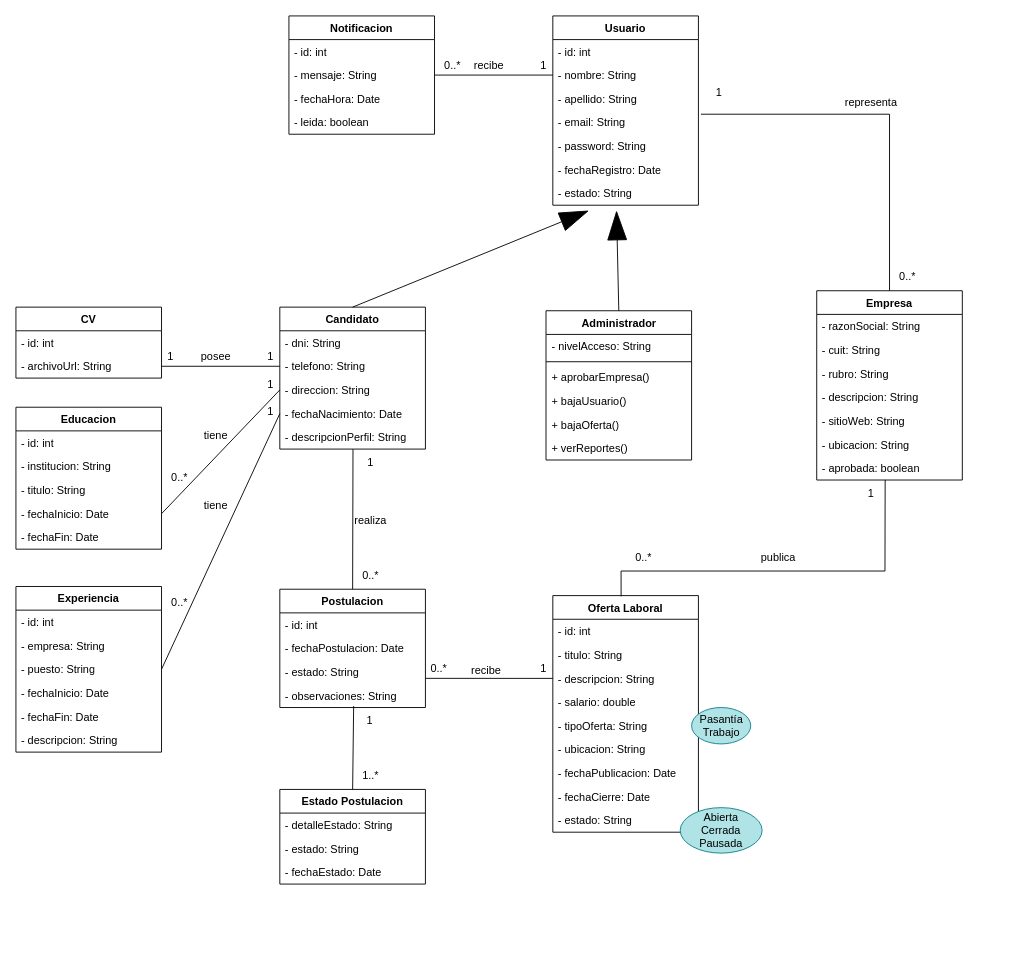
Above: docs/ModeloDeDominio.drawio in grupojoblink2TUP5/JobLink_Backend (draw.io), before the change. Source tidied: cells renumbered, new cells numbered last; positions are measured from the earlier drawing's top-left corner, leaving out a move shared by most shapes. Both pictures are drawn from the tidied source at 91%, with x=0, y=0 at pixel (15, 15).
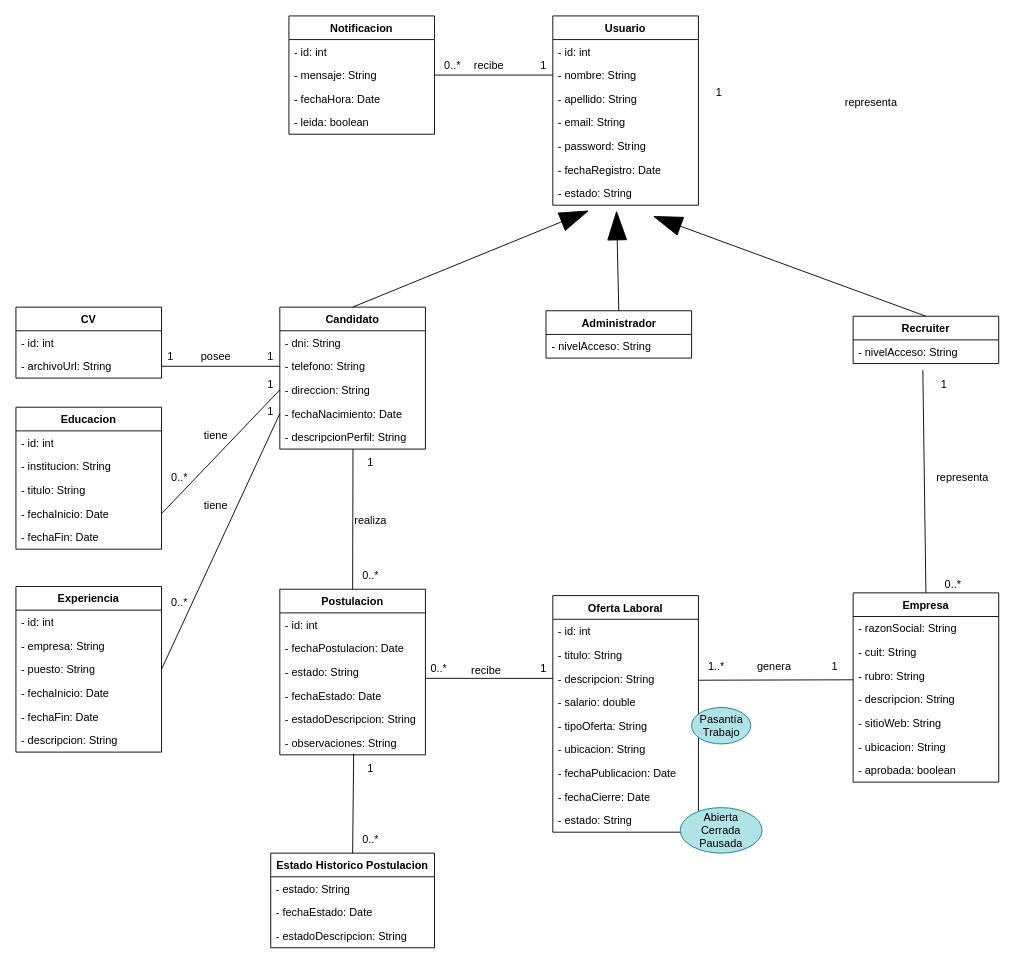
The same page after the edit.

Commit message:
modifica modelo de dominio

The change refers to these unchanged cells:
```xml
<mxCell id="6" value="- email: String" style="text;strokeColor=none;fillColor=none;align=left;verticalAlign=top;spacingLeft=4;spacingRight=4;overflow=hidden;points=[[0,0.5],[1,0.5]];portConstraint=eastwest;whiteSpace=wrap;html=1;" parent="2" vertex="1">
  <mxGeometry y="104" width="160" height="26" as="geometry" />
</mxCell>
<mxCell id="19" value="- rubro: String" style="text;strokeColor=none;fillColor=none;align=left;verticalAlign=top;spacingLeft=4;spacingRight=4;overflow=hidden;points=[[0,0.5],[1,0.5]];portConstraint=eastwest;whiteSpace=wrap;html=1;" parent="16" vertex="1">
  <mxGeometry y="78" width="160" height="26" as="geometry" />
</mxCell>
<mxCell id="23" value="- aprobada: boolean" style="text;strokeColor=none;fillColor=none;align=left;verticalAlign=top;spacingLeft=4;spacingRight=4;overflow=hidden;points=[[0,0.5],[1,0.5]];portConstraint=eastwest;whiteSpace=wrap;html=1;" parent="16" vertex="1">
  <mxGeometry y="182" width="160" height="26" as="geometry" />
</mxCell>
<mxCell id="34" value="Oferta Laboral" style="swimlane;fontStyle=1;align=center;verticalAlign=top;horizontal=1;startSize=26;whiteSpace=wrap;html=1;" parent="1" vertex="1">
  <mxGeometry x="590" y="637" width="160" height="260" as="geometry" />
</mxCell>
```

Change to the diagram source:
```diff
@@
     <mxCell id="16" value="Empresa" style="swimlane;fontStyle=1;align=center;verticalAlign=top;horizontal=1;startSize=26;whiteSpace=wrap;html=1;" parent="1" vertex="1">
-      <mxGeometry x="880" y="302" width="160" height="208" as="geometry" />
+      <mxGeometry x="920" y="634" width="160" height="208" as="geometry" />
     </mxCell>
@@
     <mxCell id="24" value="Administrador" style="swimlane;fontStyle=1;align=center;verticalAlign=top;horizontal=1;startSize=26;whiteSpace=wrap;html=1;" parent="1" vertex="1">
-      <mxGeometry x="582.5" y="324" width="160" height="164" as="geometry" />
+      <mxGeometry x="582.5" y="324" width="160" height="52" as="geometry" />
     </mxCell>
@@
-    <mxCell id="26" style="line;strokeWidth=1;fillColor=none;align=left;verticalAlign=middle;spacingTop=-1;spacingLeft=3;spacingRight=3;labelPosition=right;strokeColor=inherit;" parent="24" vertex="1">
-      <mxGeometry y="52" width="160" height="8" as="geometry" />
-    </mxCell>
-    <mxCell id="27" value="+ aprobarEmpresa()" style="text;strokeColor=none;fillColor=none;align=left;verticalAlign=top;spacingLeft=4;spacingRight=4;overflow=hidden;whiteSpace=wrap;html=1;" parent="24" vertex="1">
-      <mxGeometry y="60" width="160" height="26" as="geometry" />
-    </mxCell>
-    <mxCell id="28" value="+ bajaUsuario()" style="text;strokeColor=none;fillColor=none;align=left;verticalAlign=top;spacingLeft=4;spacingRight=4;overflow=hidden;whiteSpace=wrap;html=1;" parent="24" vertex="1">
-      <mxGeometry y="86" width="160" height="26" as="geometry" />
-    </mxCell>
-    <mxCell id="29" value="+ bajaOferta()" style="text;strokeColor=none;fillColor=none;align=left;verticalAlign=top;spacingLeft=4;spacingRight=4;overflow=hidden;whiteSpace=wrap;html=1;" parent="24" vertex="1">
-      <mxGeometry y="112" width="160" height="26" as="geometry" />
-    </mxCell>
-    <mxCell id="30" value="+ verReportes()" style="text;strokeColor=none;fillColor=none;align=left;verticalAlign=top;spacingLeft=4;spacingRight=4;overflow=hidden;whiteSpace=wrap;html=1;" parent="24" vertex="1">
-      <mxGeometry y="138" width="160" height="26" as="geometry" />
-    </mxCell>
-    <mxCell id="31" style="endArrow=none;html=1;rounded=0;exitX=0.5;exitY=0;exitDx=0;exitDy=0;entryX=1.017;entryY=0.154;entryDx=0;entryDy=0;entryPerimeter=0;strokeWidth=1;endFill=0;endSize=30;" parent="1" edge="1" source="16" target="6">
-      <mxGeometry relative="1" as="geometry">
-        <Array as="points">
-          <mxPoint x="960" y="108" />
-        </Array>
-      </mxGeometry>
-    </mxCell>
@@
     <mxCell id="44" value="Postulacion" style="swimlane;fontStyle=1;align=center;verticalAlign=top;horizontal=1;startSize=26;whiteSpace=wrap;html=1;" parent="1" vertex="1">
-      <mxGeometry x="290" y="630" width="160" height="130" as="geometry" />
+      <mxGeometry x="290" y="630" width="160" height="182" as="geometry" />
     </mxCell>
@@
+    <mxCell id="110" value="- fechaEstado: Date" style="text;strokeColor=none;fillColor=none;align=left;verticalAlign=top;spacingLeft=4;spacingRight=4;overflow=hidden;whiteSpace=wrap;html=1;" parent="44" vertex="1">
+      <mxGeometry y="104" width="160" height="26" as="geometry" />
+    </mxCell>
+    <mxCell id="111" value="- estadoDescripcion: String" style="text;strokeColor=none;fillColor=none;align=left;verticalAlign=top;spacingLeft=4;spacingRight=4;overflow=hidden;whiteSpace=wrap;html=1;" parent="44" vertex="1">
+      <mxGeometry y="130" width="160" height="26" as="geometry" />
+    </mxCell>
     <mxCell id="48" value="- observaciones: String" style="text;strokeColor=none;fillColor=none;align=left;verticalAlign=top;spacingLeft=4;spacingRight=4;overflow=hidden;points=[[0,0.5],[1,0.5]];portConstraint=eastwest;whiteSpace=wrap;html=1;" parent="44" vertex="1">
-      <mxGeometry y="104" width="160" height="26" as="geometry" />
+      <mxGeometry y="156" width="160" height="26" as="geometry" />
     </mxCell>
@@
-    <mxCell id="67" style="endArrow=none;html=1;rounded=0;entryX=0.47;entryY=0.993;entryDx=0;entryDy=0;entryPerimeter=0;exitX=0.469;exitY=0.003;exitDx=0;exitDy=0;exitPerimeter=0;" parent="1" edge="1" source="34" target="23">
-      <mxGeometry relative="1" as="geometry">
-        <Array as="points">
-          <mxPoint x="665" y="610" />
-          <mxPoint x="955" y="610" />
-        </Array>
-      </mxGeometry>
-    </mxCell>
     <mxCell id="68" value="1" style="text;html=1;whiteSpace=wrap;strokeColor=none;fillColor=none;align=center;verticalAlign=middle;rounded=0;" parent="1" vertex="1">
-      <mxGeometry x="910" y="510" width="60" height="30" as="geometry" />
+      <mxGeometry x="990" y="390" width="60" height="30" as="geometry" />
     </mxCell>
     <mxCell id="69" value="0..*" style="text;html=1;whiteSpace=wrap;strokeColor=none;fillColor=none;align=center;verticalAlign=middle;rounded=0;" parent="1" vertex="1">
-      <mxGeometry x="660" y="580" width="60" height="30" as="geometry" />
+      <mxGeometry x="1000" y="610" width="60" height="30" as="geometry" />
     </mxCell>
-    <mxCell id="70" value="publica" style="text;html=1;whiteSpace=wrap;strokeColor=none;fillColor=none;align=center;verticalAlign=middle;rounded=0;" parent="1" vertex="1">
-      <mxGeometry x="807.5" y="580" width="60" height="30" as="geometry" />
-    </mxCell>
@@
-    <mxCell id="101" value="0..*" style="text;html=1;whiteSpace=wrap;strokeColor=none;fillColor=none;align=center;verticalAlign=middle;rounded=0;" parent="1" vertex="1">
-      <mxGeometry x="950" y="272" width="60" height="30" as="geometry" />
-    </mxCell>
@@
-    <mxCell id="103" value="Estado Postulacion" style="swimlane;fontStyle=1;align=center;verticalAlign=top;horizontal=1;startSize=26;whiteSpace=wrap;html=1;" parent="1" vertex="1">
-      <mxGeometry x="290" y="850" width="160" height="104" as="geometry" />
+    <mxCell id="103" value="Estado Historico Postulacion" style="swimlane;fontStyle=1;align=center;verticalAlign=top;horizontal=1;startSize=26;whiteSpace=wrap;html=1;" parent="1" vertex="1">
+      <mxGeometry x="280" y="920" width="180" height="104" as="geometry" />
     </mxCell>
-    <mxCell id="104" value="- detalleEstado: String" style="text;strokeColor=none;fillColor=none;align=left;verticalAlign=top;spacingLeft=4;spacingRight=4;overflow=hidden;whiteSpace=wrap;html=1;" parent="103" vertex="1">
-      <mxGeometry y="26" width="160" height="26" as="geometry" />
-    </mxCell>
     <mxCell id="105" value="- estado: String" style="text;strokeColor=none;fillColor=none;align=left;verticalAlign=top;spacingLeft=4;spacingRight=4;overflow=hidden;whiteSpace=wrap;html=1;" parent="103" vertex="1">
-      <mxGeometry y="52" width="160" height="26" as="geometry" />
+      <mxGeometry y="26" width="180" height="26" as="geometry" />
     </mxCell>
     <mxCell id="106" value="- fechaEstado: Date" style="text;strokeColor=none;fillColor=none;align=left;verticalAlign=top;spacingLeft=4;spacingRight=4;overflow=hidden;whiteSpace=wrap;html=1;" parent="103" vertex="1">
-      <mxGeometry y="78" width="160" height="26" as="geometry" />
+      <mxGeometry y="52" width="180" height="26" as="geometry" />
     </mxCell>
+    <mxCell id="104" value="- estadoDescripcion: String" style="text;strokeColor=none;fillColor=none;align=left;verticalAlign=top;spacingLeft=4;spacingRight=4;overflow=hidden;whiteSpace=wrap;html=1;" parent="103" vertex="1">
+      <mxGeometry y="78" width="180" height="26" as="geometry" />
+    </mxCell>
@@
     <mxCell id="108" value="1" style="text;html=1;whiteSpace=wrap;strokeColor=none;fillColor=none;align=center;verticalAlign=middle;rounded=0;" parent="1" vertex="1">
-      <mxGeometry x="359" y="760" width="60" height="30" as="geometry" />
+      <mxGeometry x="360" y="812" width="60" height="30" as="geometry" />
     </mxCell>
-    <mxCell id="109" value="1..*" style="text;html=1;whiteSpace=wrap;strokeColor=none;fillColor=none;align=center;verticalAlign=middle;rounded=0;" parent="1" vertex="1">
-      <mxGeometry x="360" y="820" width="60" height="30" as="geometry" />
+    <mxCell id="109" value="0..*" style="text;html=1;whiteSpace=wrap;strokeColor=none;fillColor=none;align=center;verticalAlign=middle;rounded=0;" parent="1" vertex="1">
+      <mxGeometry x="360" y="890" width="60" height="30" as="geometry" />
     </mxCell>
+    <mxCell id="112" value="Recruiter" style="swimlane;fontStyle=1;align=center;verticalAlign=top;horizontal=1;startSize=26;whiteSpace=wrap;html=1;" parent="1" vertex="1">
+      <mxGeometry x="920" y="330" width="160" height="52" as="geometry" />
+    </mxCell>
+    <mxCell id="113" value="- nivelAcceso: String" style="text;strokeColor=none;fillColor=none;align=left;verticalAlign=top;spacingLeft=4;spacingRight=4;overflow=hidden;whiteSpace=wrap;html=1;" parent="112" vertex="1">
+      <mxGeometry y="26" width="160" height="26" as="geometry" />
+    </mxCell>
+    <mxCell id="114" style="endArrow=none;html=1;exitX=1;exitY=0.5;exitDx=0;exitDy=0;entryX=-0.001;entryY=0.674;entryDx=0;entryDy=0;entryPerimeter=0;" parent="1" edge="1" target="19">
+      <mxGeometry relative="1" as="geometry">
+        <mxPoint x="750" y="730" as="sourcePoint" />
+      </mxGeometry>
+    </mxCell>
+    <mxCell id="115" style="endArrow=blockThin;html=1;rounded=0;exitX=0.5;exitY=0;exitDx=0;exitDy=0;strokeWidth=1;endFill=1;endSize=30;" parent="1" edge="1" source="112">
+      <mxGeometry relative="1" as="geometry">
+        <mxPoint x="700" y="220" as="targetPoint" />
+      </mxGeometry>
+    </mxCell>
+    <mxCell id="116" style="endArrow=none;html=1;exitX=0.5;exitY=0;exitDx=0;exitDy=0;entryX=0.479;entryY=0.912;entryDx=0;entryDy=0;entryPerimeter=0;" parent="1" edge="1" source="16">
+      <mxGeometry relative="1" as="geometry">
+        <mxPoint x="996.6" y="389.3" as="targetPoint" />
+      </mxGeometry>
+    </mxCell>
+    <mxCell id="117" value="1" style="text;html=1;whiteSpace=wrap;strokeColor=none;fillColor=none;align=center;verticalAlign=middle;rounded=0;" parent="1" vertex="1">
+      <mxGeometry x="870" y="700" width="60" height="30" as="geometry" />
+    </mxCell>
+    <mxCell id="118" value="1..*" style="text;html=1;whiteSpace=wrap;strokeColor=none;fillColor=none;align=center;verticalAlign=middle;rounded=0;" parent="1" vertex="1">
+      <mxGeometry x="740" y="700" width="60" height="30" as="geometry" />
+    </mxCell>
+    <mxCell id="119" value="representa" style="text;html=1;align=center;verticalAlign=middle;strokeColor=none;fillColor=none;" parent="1" vertex="1">
+      <mxGeometry x="1000" y="493" width="80" height="30" as="geometry" />
+    </mxCell>
+    <mxCell id="120" value="genera" style="text;html=1;align=center;verticalAlign=middle;strokeColor=none;fillColor=none;" parent="1" vertex="1">
+      <mxGeometry x="802.5" y="700" width="60" height="30" as="geometry" />
+    </mxCell>
```
